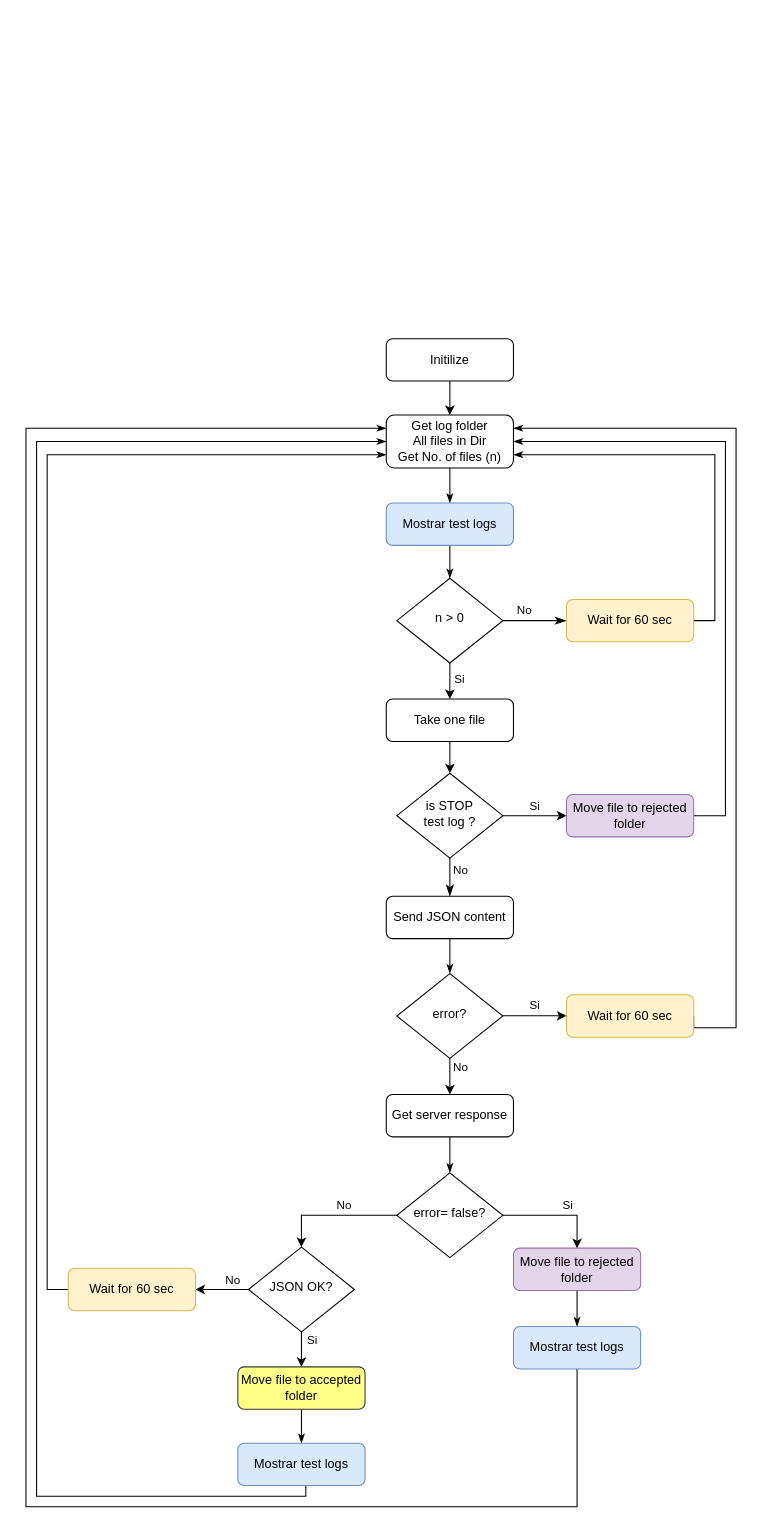
Before: miscellaneous/Diagrama de flujo del programa.drawio in rnt-code/Registration-Service-QMH-based, a draw.io diagram. Source tidied: cells renumbered, new cells numbered last; positions are measured from the earlier drawing's top-left corner, leaving out a move shared by most shapes. Both pictures are drawn from the tidied source at 106%, with x=0, y=0 at pixel (25, 338).
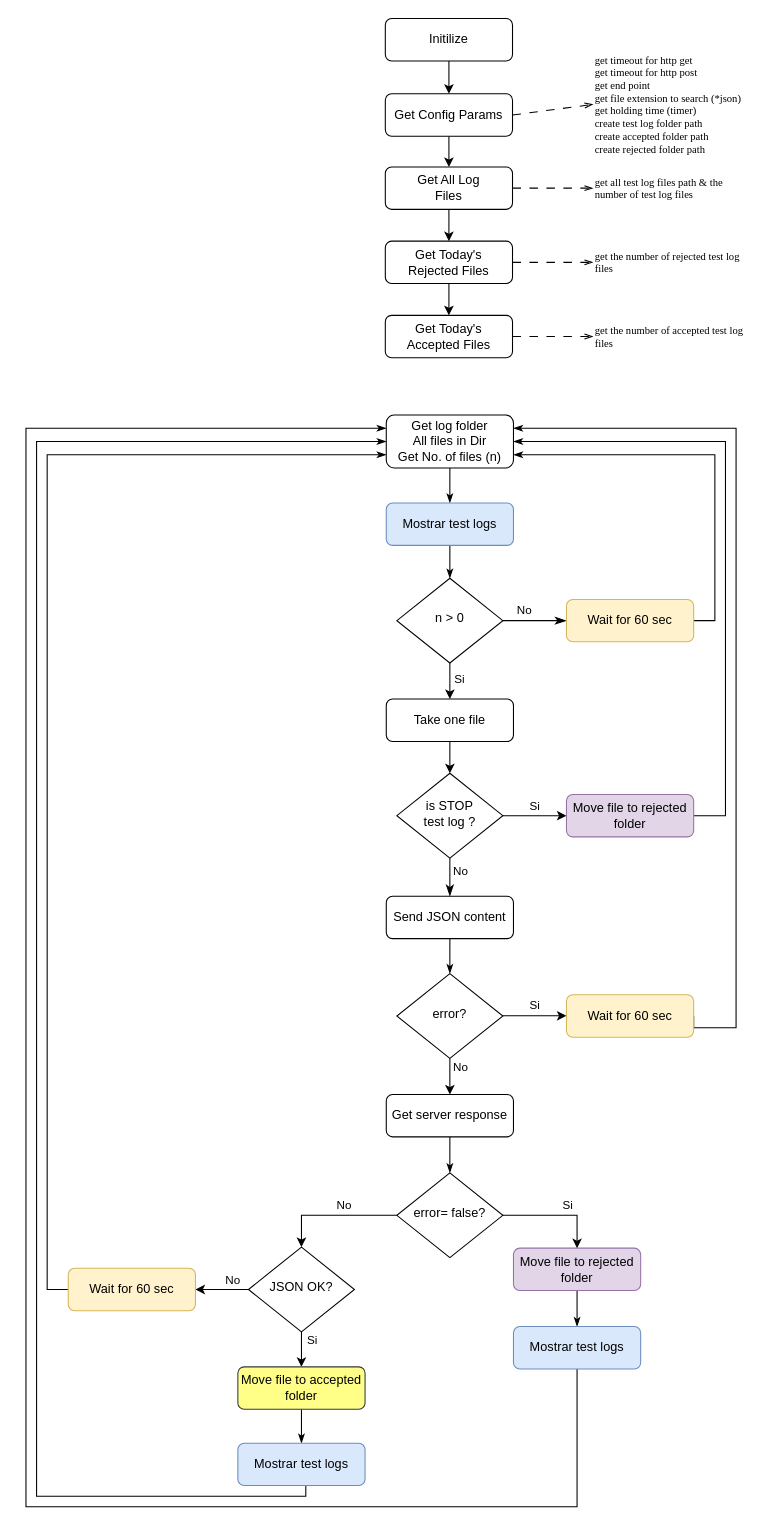
After the change.

The change refers to these unchanged cells:
```xml
<mxCell id="7" value="Get log folder&lt;br&gt;All files in Dir&lt;br&gt;Get No. of files (n)" style="rounded=1;whiteSpace=wrap;html=1;fontSize=12;glass=0;strokeWidth=1;shadow=0;" parent="1" vertex="1">
  <mxGeometry x="339.9" y="72" width="120" height="50" as="geometry" />
</mxCell>
```

The edit, as a diff of the source:
```diff
@@
-    <mxCell id="2" style="edgeStyle=orthogonalEdgeStyle;rounded=0;jettySize=auto;html=1;exitX=0.5;exitY=1;exitDx=0;exitDy=0;entryX=0.5;entryY=0;entryDx=0;entryDy=0;" parent="1" edge="1" source="3" target="7">
-      <mxGeometry relative="1" as="geometry" />
-    </mxCell>
+    <mxCell id="53" style="edgeStyle=orthogonalEdgeStyle;rounded=0;jettySize=auto;html=1;exitX=0.5;exitY=1;exitDx=0;exitDy=0;entryX=0.5;entryY=0;entryDx=0;entryDy=0;" parent="1" edge="1" source="3" target="59">
+      <mxGeometry relative="1" as="geometry" />
+    </mxCell>
-    <mxCell id="3" value="Initilize" style="rounded=1;whiteSpace=wrap;html=1;fontSize=12;glass=0;strokeWidth=1;shadow=0;" parent="1" vertex="1">
-      <mxGeometry x="339.9" width="120" height="40" as="geometry" />
+    <mxCell id="3" value="Get Config Params" style="rounded=1;whiteSpace=wrap;html=1;fontSize=12;glass=0;strokeWidth=1;shadow=0;" parent="1" vertex="1">
+      <mxGeometry x="339" y="-231" width="120" height="40" as="geometry" />
     </mxCell>
@@
+    <mxCell id="54" style="edgeStyle=orthogonalEdgeStyle;rounded=0;jettySize=auto;html=1;entryX=0.5;entryY=0;entryDx=0;entryDy=0;" parent="1" edge="1" source="55" target="3">
+      <mxGeometry relative="1" as="geometry" />
+    </mxCell>
+    <mxCell id="55" value="Initilize" style="rounded=1;whiteSpace=wrap;html=1;fontSize=12;glass=0;strokeWidth=1;shadow=0;" parent="1" vertex="1">
+      <mxGeometry x="339" y="-302" width="120" height="40" as="geometry" />
+    </mxCell>
+    <mxCell id="56" value="get timeout for http get&lt;br style=&quot;font-size: 10px;&quot;&gt;get timeout for http post&lt;br style=&quot;font-size: 10px;&quot;&gt;get end point&lt;br style=&quot;font-size: 10px;&quot;&gt;get file extension to search (*json)&lt;br style=&quot;font-size: 10px;&quot;&gt;get holding time (timer)&lt;br style=&quot;font-size: 10px;&quot;&gt;create test log folder path&lt;br style=&quot;font-size: 10px;&quot;&gt;create accepted folder path&lt;br style=&quot;font-size: 10px;&quot;&gt;create rejected folder path" style="text;html=1;strokeColor=none;fillColor=none;align=left;verticalAlign=middle;whiteSpace=wrap;rounded=0;fontFamily=Times New Roman;fontSize=10;" parent="1" vertex="1">
+      <mxGeometry x="535" y="-271" width="145" height="100" as="geometry" />
+    </mxCell>
+    <mxCell id="57" style="endArrow=openThin;html=1;rounded=0;exitX=1;exitY=0.5;exitDx=0;exitDy=0;entryX=0;entryY=0.5;entryDx=0;entryDy=0;dashed=1;dashPattern=8 8;endFill=0;" parent="1" edge="1" source="3" target="56">
+      <mxGeometry relative="1" as="geometry" />
+    </mxCell>
+    <mxCell id="58" style="edgeStyle=orthogonalEdgeStyle;rounded=0;jettySize=auto;html=1;exitX=0.5;exitY=1;exitDx=0;exitDy=0;entryX=0.5;entryY=0;entryDx=0;entryDy=0;" parent="1" edge="1" source="59" target="61">
+      <mxGeometry relative="1" as="geometry" />
+    </mxCell>
+    <mxCell id="59" value="Get All Log&lt;br&gt;Files" style="rounded=1;whiteSpace=wrap;html=1;fontSize=12;glass=0;strokeWidth=1;shadow=0;" parent="1" vertex="1">
+      <mxGeometry x="339" y="-162" width="120" height="40" as="geometry" />
+    </mxCell>
+    <mxCell id="60" style="edgeStyle=orthogonalEdgeStyle;rounded=0;jettySize=auto;html=1;exitX=0.5;exitY=1;exitDx=0;exitDy=0;entryX=0.5;entryY=0;entryDx=0;entryDy=0;" parent="1" edge="1" source="61" target="62">
+      <mxGeometry relative="1" as="geometry" />
+    </mxCell>
+    <mxCell id="61" value="Get Today's &lt;br&gt;Rejected Files" style="rounded=1;whiteSpace=wrap;html=1;fontSize=12;glass=0;strokeWidth=1;shadow=0;" parent="1" vertex="1">
+      <mxGeometry x="339" y="-92" width="120" height="40" as="geometry" />
+    </mxCell>
+    <mxCell id="62" value="Get Today's &lt;br&gt;Accepted Files" style="rounded=1;whiteSpace=wrap;html=1;fontSize=12;glass=0;strokeWidth=1;shadow=0;" parent="1" vertex="1">
+      <mxGeometry x="339" y="-22" width="120" height="40" as="geometry" />
+    </mxCell>
+    <mxCell id="63" value="get all test log files path &amp;amp; the number of test log files" style="text;html=1;strokeColor=none;fillColor=none;align=left;verticalAlign=middle;whiteSpace=wrap;rounded=0;fontFamily=Times New Roman;fontSize=10;" parent="1" vertex="1">
+      <mxGeometry x="535" y="-157.5" width="145" height="31" as="geometry" />
+    </mxCell>
+    <mxCell id="64" style="endArrow=openThin;html=1;rounded=0;entryX=0;entryY=0.5;entryDx=0;entryDy=0;dashed=1;dashPattern=8 8;endFill=0;exitX=1;exitY=0.5;exitDx=0;exitDy=0;" parent="1" edge="1" source="61" target="65">
+      <mxGeometry relative="1" as="geometry" />
+    </mxCell>
+    <mxCell id="65" value="get the number of rejected test log files" style="text;html=1;strokeColor=none;fillColor=none;align=left;verticalAlign=middle;whiteSpace=wrap;rounded=0;fontFamily=Times New Roman;fontSize=10;" parent="1" vertex="1">
+      <mxGeometry x="535" y="-87.5" width="145" height="31" as="geometry" />
+    </mxCell>
+    <mxCell id="66" value="get the number of accepted test log files" style="text;html=1;strokeColor=none;fillColor=none;align=left;verticalAlign=middle;whiteSpace=wrap;rounded=0;fontFamily=Times New Roman;fontSize=10;" parent="1" vertex="1">
+      <mxGeometry x="535" y="-17.5" width="145" height="31" as="geometry" />
+    </mxCell>
+    <mxCell id="67" style="endArrow=openThin;html=1;rounded=0;entryX=0;entryY=0.5;entryDx=0;entryDy=0;dashed=1;dashPattern=8 8;endFill=0;exitX=1;exitY=0.5;exitDx=0;exitDy=0;" parent="1" edge="1" source="62" target="66">
+      <mxGeometry relative="1" as="geometry" />
+    </mxCell>
+    <mxCell id="68" style="endArrow=openThin;html=1;rounded=0;entryX=0;entryY=0.5;entryDx=0;entryDy=0;dashed=1;dashPattern=8 8;endFill=0;exitX=1;exitY=0.5;exitDx=0;exitDy=0;" parent="1" edge="1" source="59" target="63">
+      <mxGeometry relative="1" as="geometry" />
+    </mxCell>
```
